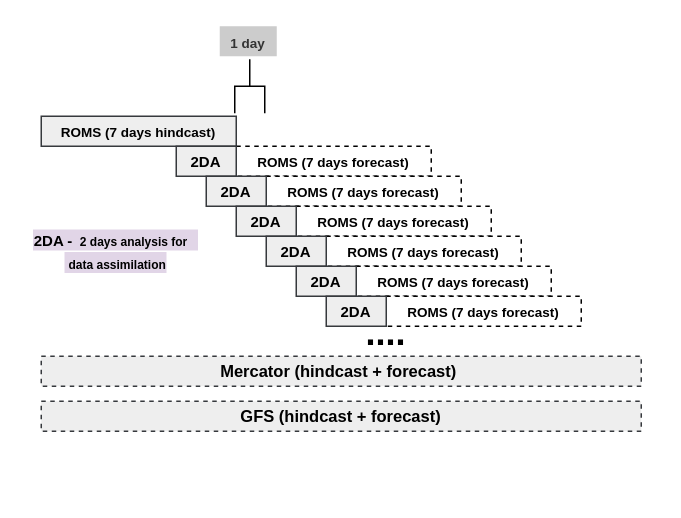
Above: operational/forecast_assimilation.drawio in fernandotcbarreto/ROMS (draw.io), before the change. Source tidied: cells renumbered, new cells numbered last; positions are measured from the earlier drawing's top-left corner, leaving out a move shared by most shapes. Both pictures are drawn from the tidied source at 150%, with x=0, y=0 at pixel (26, 26).
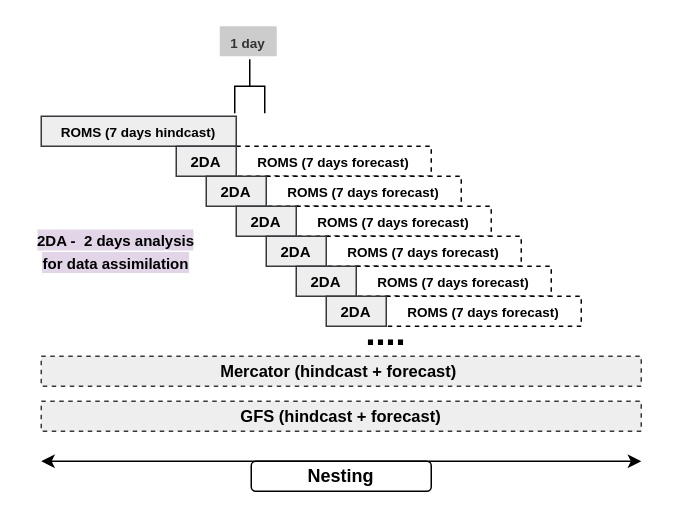
The same page after the edit.

Diff of the diagram source:
```diff
@@
-    <mxCell id="20" value="&lt;span style=&quot;background-color: rgb(225 , 213 , 231)&quot;&gt;&lt;b style=&quot;font-size: x-small&quot;&gt;2DA -&lt;/b&gt;&lt;span style=&quot;font-size: x-small&quot;&gt;&amp;nbsp;&lt;/span&gt;&lt;b style=&quot;font-size: 8px&quot;&gt;&lt;font style=&quot;font-size: 8px&quot;&gt;&amp;nbsp;2 days analysis for&amp;nbsp; &amp;nbsp; &amp;nbsp;data assimilation&lt;/font&gt;&lt;/b&gt;&lt;/span&gt;" style="text;html=1;strokeColor=none;fillColor=none;align=center;verticalAlign=middle;whiteSpace=wrap;rounded=0;" parent="1" vertex="1">
+    <mxCell id="20" value="&lt;span style=&quot;background-color: rgb(225 , 213 , 231)&quot;&gt;&lt;b style=&quot;font-size: x-small&quot;&gt;2DA -&lt;/b&gt;&lt;span style=&quot;font-size: x-small&quot;&gt;&amp;nbsp;&lt;/span&gt;&lt;b&gt;&lt;font style=&quot;font-size: 10px&quot;&gt;&amp;nbsp;2 days analysis for data assimilation&lt;/font&gt;&lt;/b&gt;&lt;/span&gt;" style="text;html=1;strokeColor=none;fillColor=none;align=center;verticalAlign=middle;whiteSpace=wrap;rounded=0;" parent="1" vertex="1">
       <mxGeometry y="140" width="120" height="20" as="geometry" />
     </mxCell>
+    <mxCell id="21" style="endArrow=classic;startArrow=classic;html=1;" parent="1" edge="1">
+      <mxGeometry relative="1" as="geometry">
+        <mxPoint x="10" y="290" as="sourcePoint" />
+        <mxPoint x="410" y="290" as="targetPoint" />
+      </mxGeometry>
+    </mxCell>
+    <mxCell id="22" value="&lt;b&gt;Nesting&lt;/b&gt;" style="rounded=1;whiteSpace=wrap;html=1;" parent="1" vertex="1">
+      <mxGeometry x="150" y="290" width="120" height="20" as="geometry" />
+    </mxCell>
```
